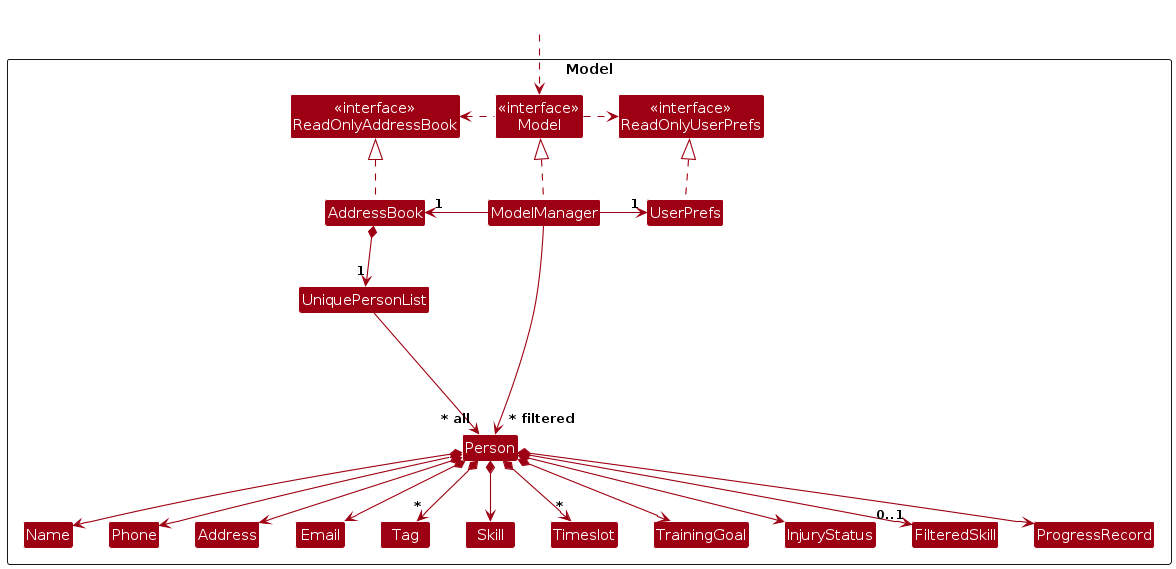
Before: diagrams/ModelClassDiagram.png, a diagram exported from PlantUML (AY2526S2-CS2103-F11-3/tp). Its source is kept beside it as diagrams/ModelClassDiagram.puml.
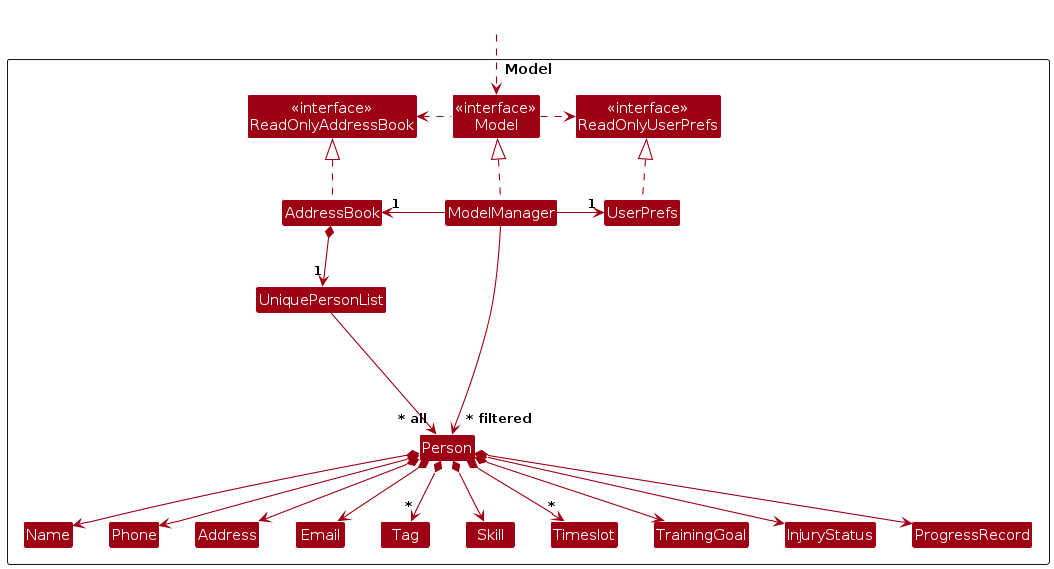
Above is the later version.

Change to the diagram source:
```diff
@@ -23,7 +23,6 @@
 Class Timeslot
 Class TrainingGoal
 Class InjuryStatus
-Class FilteredSkill
 Class ProgressRecord
 
 Class I #FFFFFF
@@ -52,7 +51,6 @@
 Person *--> "*" Timeslot
 Person *--> TrainingGoal
 Person *--> InjuryStatus
-Person *--> "0..1" FilteredSkill
 Person *--> ProgressRecord
 
 Person -[hidden]up--> I
```
